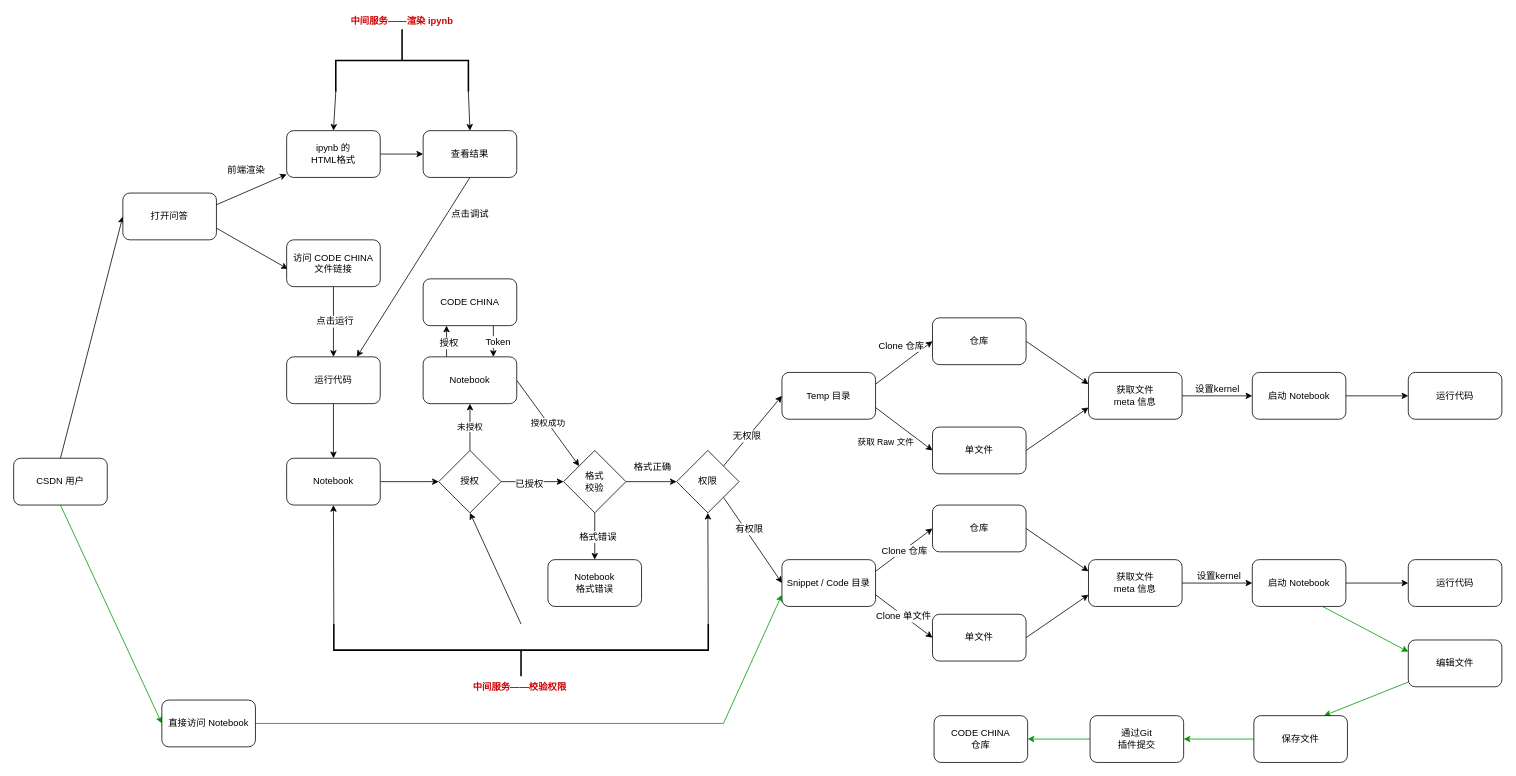
xiongjiamu/jupyter-101 keeps this draw.io diagram as csdn_notebook/notebook.dio. Above is the earlier version. Source tidied: cells renumbered, new cells numbered last; positions are measured from the earlier drawing's top-left corner, leaving out a move shared by most shapes. Both pictures are drawn from the tidied source at 78%, with x=0, y=0 at pixel (13, 13).
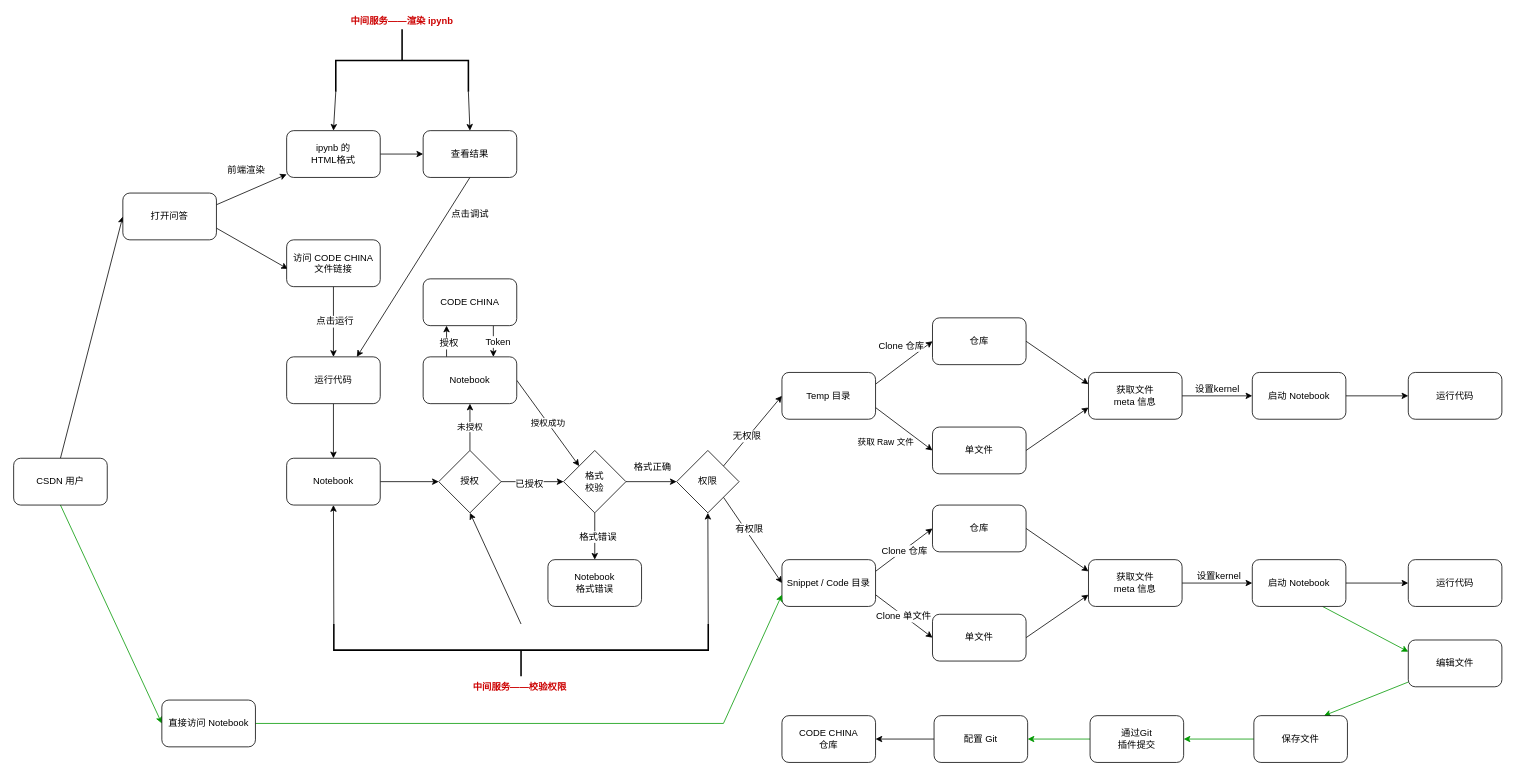
The same page after the edit.

Commit message:
update csdn notebook

Diff of the diagram source:
```diff
@@
+    <mxCell id="91" style="edgeStyle=orthogonalEdgeStyle;rounded=0;html=1;entryX=1;entryY=0.5;jettySize=auto;" parent="1" edge="1" source="71" target="92">
+      <mxGeometry relative="1" as="geometry" />
+    </mxCell>
-    <mxCell id="71" value="CODE CHINA&lt;div&gt;仓库&lt;/div&gt;" style="rounded=1;whiteSpace=wrap;html=1;" parent="1" vertex="1">
+    <mxCell id="71" value="配置 Git" style="rounded=1;whiteSpace=wrap;html=1;" parent="1" vertex="1">
       <mxGeometry x="1180" y="900" width="120" height="60" as="geometry" />
     </mxCell>
@@
+    <mxCell id="92" value="CODE CHINA&lt;div&gt;仓库&lt;/div&gt;" style="rounded=1;whiteSpace=wrap;html=1;" parent="1" vertex="1">
+      <mxGeometry x="985" y="900" width="120" height="60" as="geometry" />
+    </mxCell>
```
